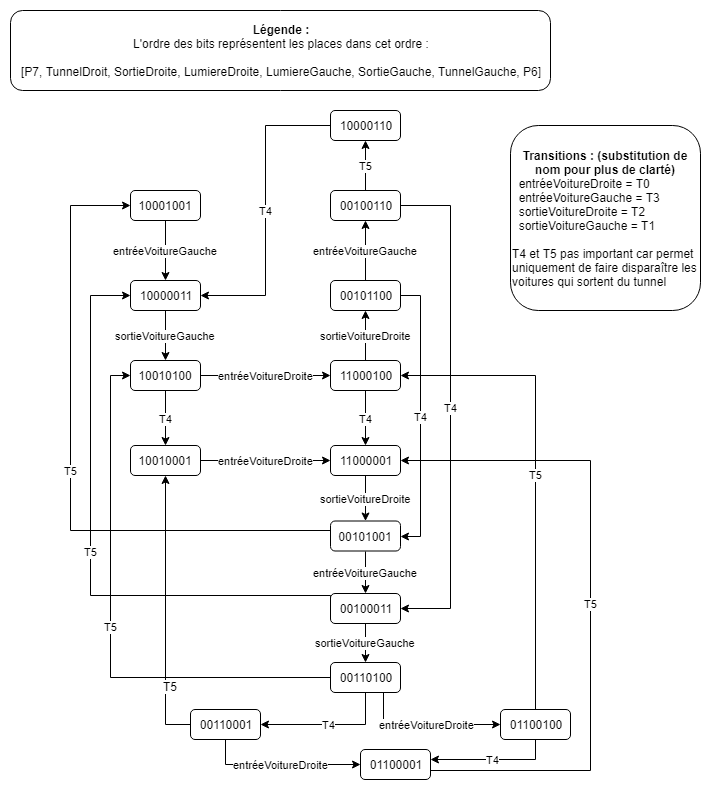
Above: Design/img/DiagCouverturePetri.png in JonathanCaspar/GenieLog-TP3 (draw.io), before the change. Source tidied: cells renumbered, new cells last; positions are measured from the earlier drawing's top-left corner, leaving out a move shared by most shapes.
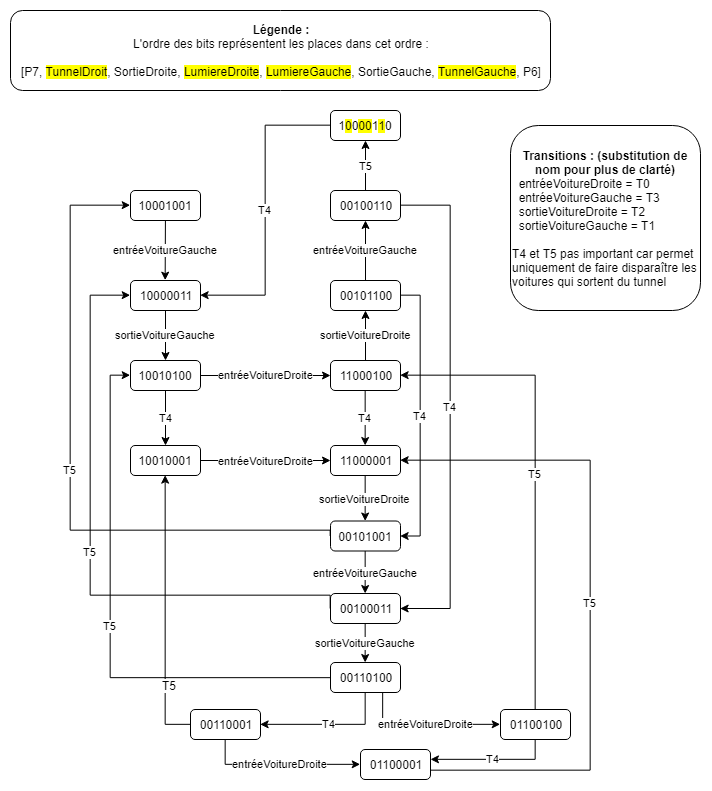
Above is the later version.

The edit, as a diff of the source:
```diff
@@ -70,7 +70,7 @@
     <mxCell id="22" value="T4" style="edgeStyle=orthogonalEdgeStyle;rounded=0;jettySize=auto;html=1;exitX=0;exitY=0.5;exitDx=0;exitDy=0;entryX=1;entryY=0.5;entryDx=0;entryDy=0;" parent="1" edge="1" source="23" target="5">
       <mxGeometry relative="1" as="geometry" />
     </mxCell>
-    <mxCell id="23" value="10000110&lt;br&gt;" style="rounded=1;whiteSpace=wrap;html=1;" parent="1" vertex="1">
+    <mxCell id="23" value="1&lt;span style=&quot;background-color: rgb(255 , 255 , 0)&quot;&gt;0&lt;/span&gt;0&lt;span style=&quot;background-color: rgb(255 , 255 , 0)&quot;&gt;00&lt;/span&gt;1&lt;span style=&quot;background-color: rgb(255 , 255 , 0)&quot;&gt;1&lt;/span&gt;0&lt;br&gt;" style="rounded=1;whiteSpace=wrap;html=1;" parent="1" vertex="1">
       <mxGeometry x="320" y="100" width="70" height="30" as="geometry" />
     </mxCell>
     <mxCell id="24" value="&lt;span&gt;entréeVoitureGauche&lt;/span&gt;" style="edgeStyle=orthogonalEdgeStyle;rounded=0;jettySize=auto;html=1;exitX=0.5;exitY=1;exitDx=0;exitDy=0;" parent="1" edge="1" source="26" target="29">
@@ -162,7 +162,7 @@
     <mxCell id="42" value="01100001&lt;br&gt;" style="rounded=1;whiteSpace=wrap;html=1;" parent="1" vertex="1">
       <mxGeometry x="350" y="739" width="70" height="30" as="geometry" />
     </mxCell>
-    <mxCell id="43" value="&lt;b style=&quot;text-align: left&quot;&gt;Légende :&lt;/b&gt;&lt;br&gt;&lt;span style=&quot;text-align: left&quot;&gt;L'ordre des bits représentent les places dans cet ordre :&lt;/span&gt;&lt;br&gt;&lt;span style=&quot;text-align: left&quot;&gt;&amp;nbsp;&lt;/span&gt;&lt;br&gt;&lt;div style=&quot;text-align: left&quot;&gt;&lt;span&gt;[P7, TunnelDroit, SortieDroite, LumiereDroite, LumiereGauche, SortieGauche, TunnelGauche, P6]&lt;/span&gt;&lt;/div&gt;" style="rounded=1;whiteSpace=wrap;html=1;" parent="1" vertex="1">
+    <mxCell id="43" value="&lt;b style=&quot;text-align: left&quot;&gt;Légende :&lt;/b&gt;&lt;br&gt;&lt;span style=&quot;text-align: left&quot;&gt;L'ordre des bits représentent les places dans cet ordre :&lt;/span&gt;&lt;br&gt;&lt;span style=&quot;text-align: left&quot;&gt;&amp;nbsp;&lt;/span&gt;&lt;br&gt;&lt;div style=&quot;text-align: left&quot;&gt;[P7, &lt;span style=&quot;background-color: rgb(255 , 255 , 0)&quot;&gt;TunnelDroit&lt;/span&gt;, SortieDroite, &lt;span style=&quot;background-color: rgb(255 , 255 , 0)&quot;&gt;LumiereDroite&lt;/span&gt;, &lt;span style=&quot;background-color: rgb(255 , 255 , 0)&quot;&gt;LumiereGauche&lt;/span&gt;, SortieGauche, &lt;span style=&quot;background-color: rgb(255 , 255 , 0)&quot;&gt;TunnelGauche&lt;/span&gt;, P6]&lt;/div&gt;" style="rounded=1;whiteSpace=wrap;html=1;" parent="1" vertex="1">
       <mxGeometry width="540" height="80" as="geometry" />
     </mxCell>
     <mxCell id="44" value="&lt;b style=&quot;text-align: left&quot;&gt;Transitions : (substitution de nom pour plus de clarté)&lt;/b&gt;&lt;br&gt;&lt;div style=&quot;text-align: left&quot;&gt;&amp;nbsp; entréeVoitureDroite = T0&lt;/div&gt;&lt;div style=&quot;text-align: left&quot;&gt;&amp;nbsp; entréeVoitureGauche = T3&lt;/div&gt;&lt;div style=&quot;text-align: left&quot;&gt;&amp;nbsp; sortieVoitureDroite = T2&lt;/div&gt;&lt;div style=&quot;text-align: left&quot;&gt;&amp;nbsp; sortieVoitureGauche = T1&lt;/div&gt;&lt;div style=&quot;text-align: left&quot;&gt;&lt;br&gt;&lt;/div&gt;&lt;div style=&quot;text-align: left&quot;&gt;T4 et T5 pas important car permet uniquement de faire disparaître les voitures qui sortent du tunnel&lt;/div&gt;" style="rounded=1;whiteSpace=wrap;html=1;perimeterSpacing=0;" parent="1" vertex="1">
```
